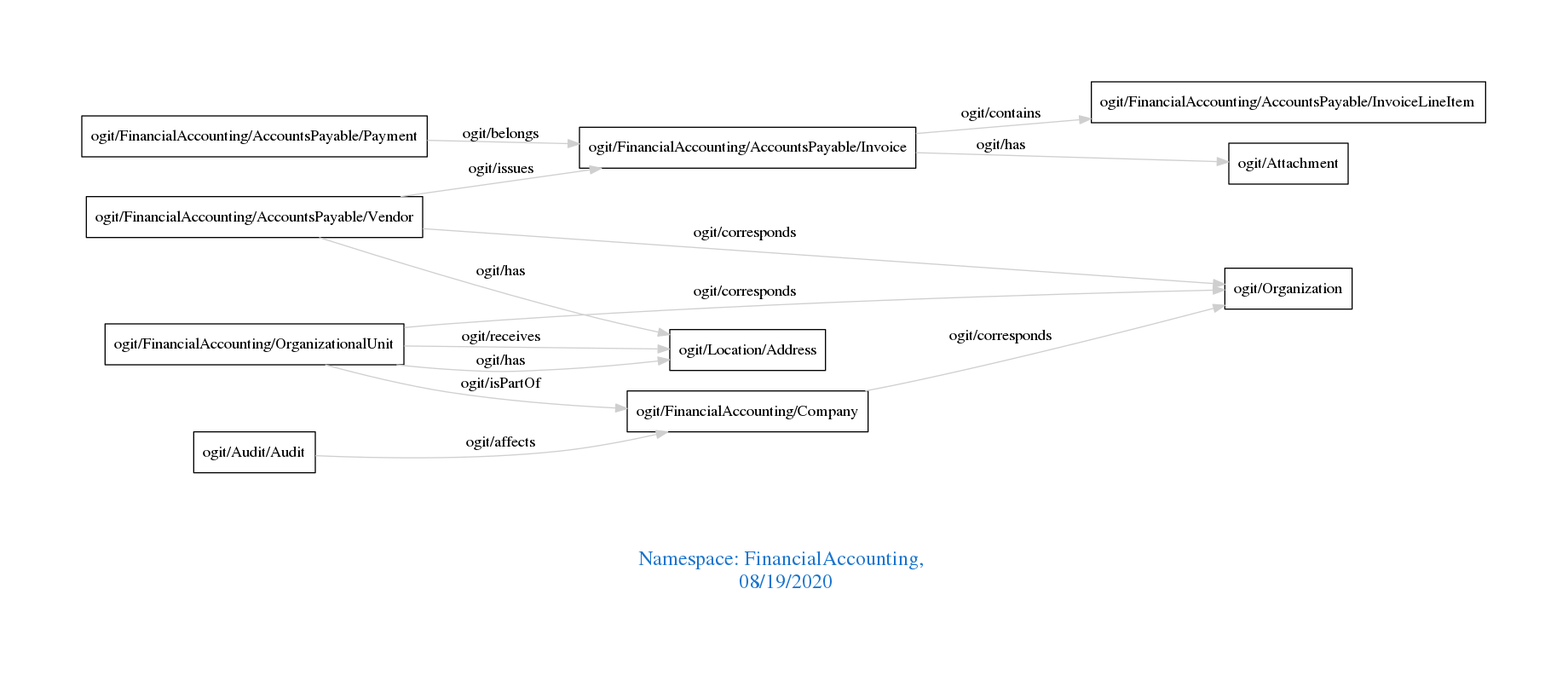
Before: downloads/FinancialAccounting.png, a diagram exported from Graphviz (arago/OGIT). Its source is kept beside it as downloads/FinancialAccounting.dot.
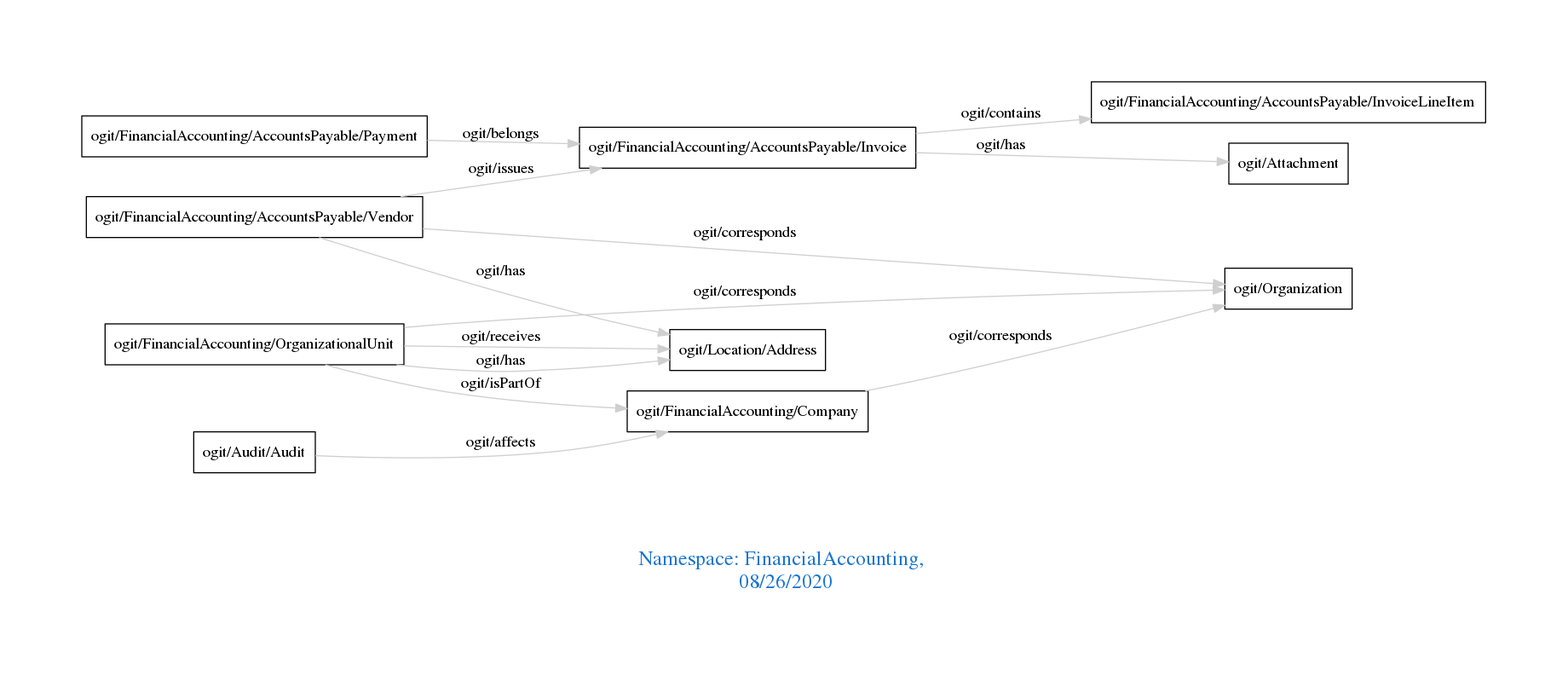
The same file after the commit.

The edit, as a diff of the source:
```diff
@@ -1,7 +1,7 @@
 digraph OGIT_ontology {
  graph [ rankdir= LR,pad=1
 fontsize = 18,
-fontcolor= dodgerblue3,label = "\n\n\nNamespace: FinancialAccounting, \n 08/19/2020"];
+fontcolor= dodgerblue3,label = "\n\n\nNamespace: FinancialAccounting, \n 08/26/2020"];
 node[shape=polygon];
 edge [  color="gray81"];
 
```
